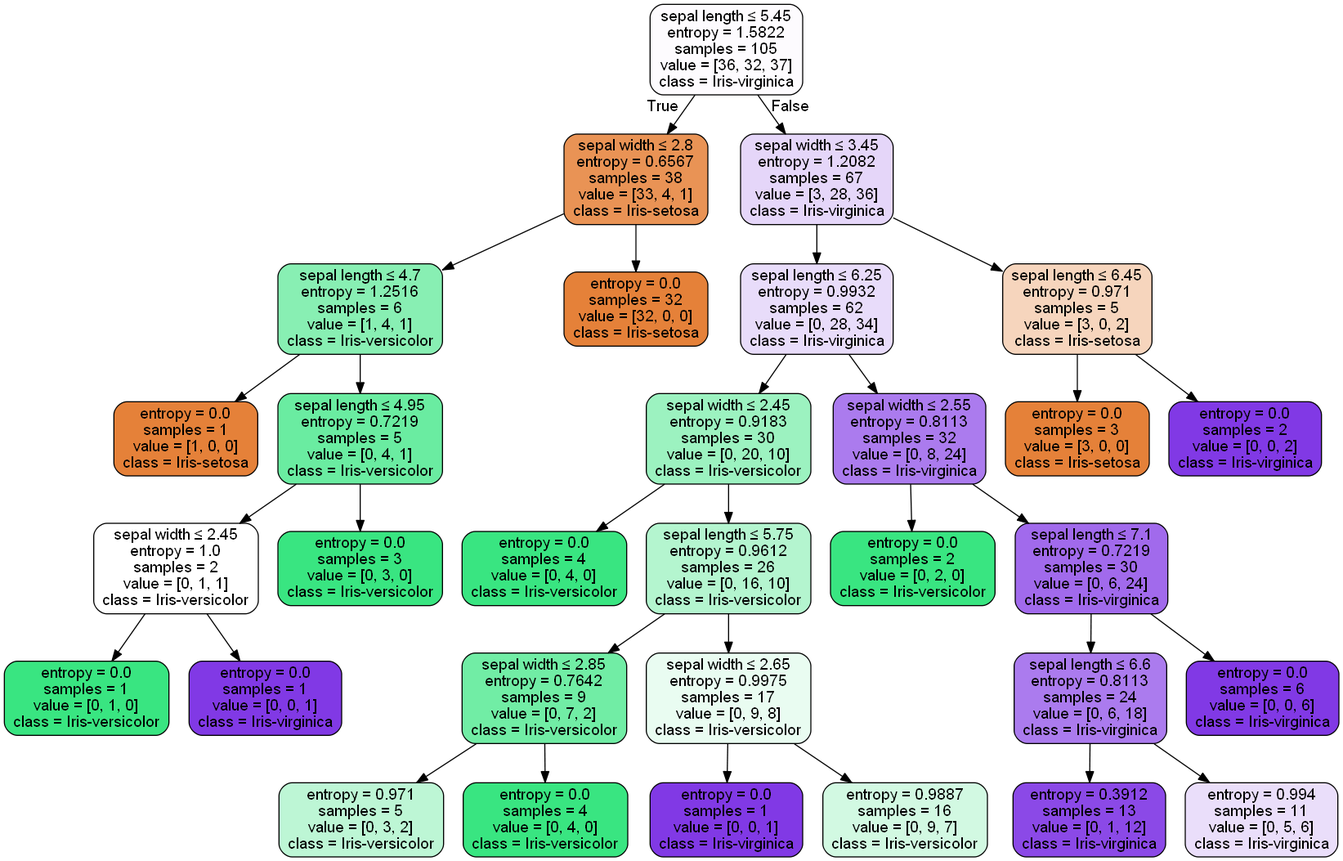
The Graphviz diagram decision_tree/iris.png in rmqc0909/ML-linear_regression, before a commit. Its source is kept beside it as decision_tree/iris.dot. The source it was exported from:
```dot
digraph Tree {
node [shape=box] ;
0 [label="X[0] <= 5.45\nentropy = 1.5822\nsamples = 105\nvalue = [36, 32, 37]"] ;
1 [label="X[1] <= 2.8\nentropy = 0.6567\nsamples = 38\nvalue = [33, 4, 1]"] ;
0 -> 1 [labeldistance=2.5, labelangle=45, headlabel="True"] ;
2 [label="X[0] <= 4.7\nentropy = 1.2516\nsamples = 6\nvalue = [1, 4, 1]"] ;
1 -> 2 ;
3 [label="entropy = 0.0\nsamples = 1\nvalue = [1, 0, 0]"] ;
2 -> 3 ;
4 [label="X[0] <= 4.95\nentropy = 0.7219\nsamples = 5\nvalue = [0, 4, 1]"] ;
2 -> 4 ;
5 [label="X[1] <= 2.45\nentropy = 1.0\nsamples = 2\nvalue = [0, 1, 1]"] ;
4 -> 5 ;
6 [label="entropy = 0.0\nsamples = 1\nvalue = [0, 1, 0]"] ;
5 -> 6 ;
7 [label="entropy = 0.0\nsamples = 1\nvalue = [0, 0, 1]"] ;
5 -> 7 ;
8 [label="entropy = 0.0\nsamples = 3\nvalue = [0, 3, 0]"] ;
4 -> 8 ;
9 [label="entropy = 0.0\nsamples = 32\nvalue = [32, 0, 0]"] ;
1 -> 9 ;
10 [label="X[1] <= 3.45\nentropy = 1.2082\nsamples = 67\nvalue = [3, 28, 36]"] ;
0 -> 10 [labeldistance=2.5, labelangle=-45, headlabel="False"] ;
11 [label="X[0] <= 6.25\nentropy = 0.9932\nsamples = 62\nvalue = [0, 28, 34]"] ;
10 -> 11 ;
12 [label="X[1] <= 2.45\nentropy = 0.9183\nsamples = 30\nvalue = [0, 20, 10]"] ;
11 -> 12 ;
13 [label="entropy = 0.0\nsamples = 4\nvalue = [0, 4, 0]"] ;
12 -> 13 ;
14 [label="X[0] <= 5.75\nentropy = 0.9612\nsamples = 26\nvalue = [0, 16, 10]"] ;
12 -> 14 ;
15 [label="X[1] <= 2.85\nentropy = 0.7642\nsamples = 9\nvalue = [0, 7, 2]"] ;
14 -> 15 ;
16 [label="entropy = 0.971\nsamples = 5\nvalue = [0, 3, 2]"] ;
15 -> 16 ;
17 [label="entropy = 0.0\nsamples = 4\nvalue = [0, 4, 0]"] ;
15 -> 17 ;
18 [label="X[1] <= 2.65\nentropy = 0.9975\nsamples = 17\nvalue = [0, 9, 8]"] ;
14 -> 18 ;
19 [label="entropy = 0.0\nsamples = 1\nvalue = [0, 0, 1]"] ;
18 -> 19 ;
20 [label="entropy = 0.9887\nsamples = 16\nvalue = [0, 9, 7]"] ;
18 -> 20 ;
21 [label="X[1] <= 2.55\nentropy = 0.8113\nsamples = 32\nvalue = [0, 8, 24]"] ;
11 -> 21 ;
22 [label="entropy = 0.0\nsamples = 2\nvalue = [0, 2, 0]"] ;
21 -> 22 ;
23 [label="X[0] <= 7.1\nentropy = 0.7219\nsamples = 30\nvalue = [0, 6, 24]"] ;
21 -> 23 ;
24 [label="X[0] <= 6.6\nentropy = 0.8113\nsamples = 24\nvalue = [0, 6, 18]"] ;
23 -> 24 ;
25 [label="entropy = 0.3912\nsamples = 13\nvalue = [0, 1, 12]"] ;
24 -> 25 ;
26 [label="entropy = 0.994\nsamples = 11\nvalue = [0, 5, 6]"] ;
24 -> 26 ;
27 [label="entropy = 0.0\nsamples = 6\nvalue = [0, 0, 6]"] ;
23 -> 27 ;
28 [label="X[0] <= 6.45\nentropy = 0.971\nsamples = 5\nvalue = [3, 0, 2]"] ;
10 -> 28 ;
29 [label="entropy = 0.0\nsamples = 3\nvalue = [3, 0, 0]"] ;
28 -> 29 ;
30 [label="entropy = 0.0\nsamples = 2\nvalue = [0, 0, 2]"] ;
28 -> 30 ;
}
```
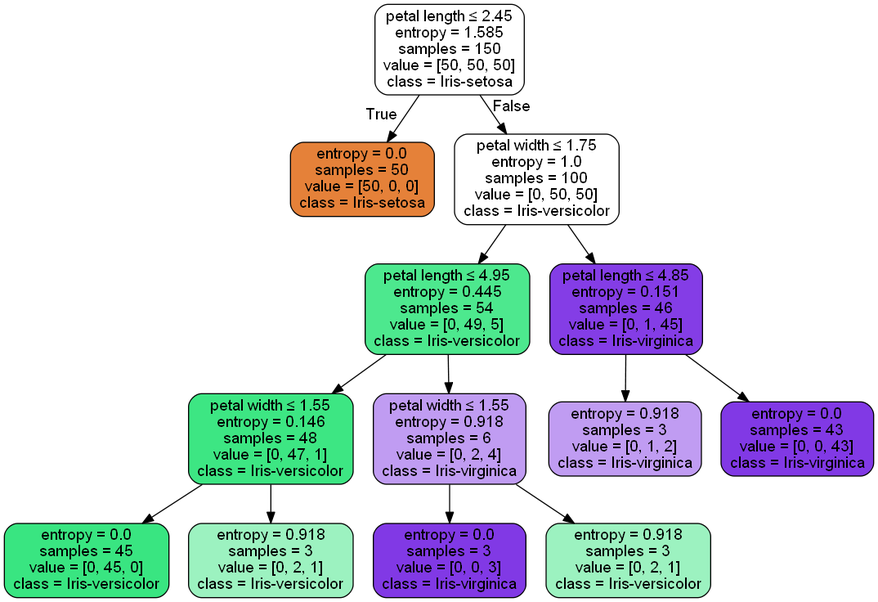
Later version of the same file.

What changed in the source:
```diff
@@ -1,64 +1,72 @@
 digraph Tree {
 node [shape=box] ;
-0 [label="X[0] <= 5.45\nentropy = 1.5822\nsamples = 105\nvalue = [36, 32, 37]"] ;
-1 [label="X[1] <= 2.8\nentropy = 0.6567\nsamples = 38\nvalue = [33, 4, 1]"] ;
+0 [label="X[0] <= 5.55\nentropy = 1.585\nsamples = 150\nvalue = [50, 50, 50]"] ;
+1 [label="X[1] <= 2.8\nentropy = 0.813\nsamples = 59\nvalue = [47, 11, 1]"] ;
 0 -> 1 [labeldistance=2.5, labelangle=45, headlabel="True"] ;
-2 [label="X[0] <= 4.7\nentropy = 1.2516\nsamples = 6\nvalue = [1, 4, 1]"] ;
+2 [label="X[0] <= 4.95\nentropy = 0.817\nsamples = 12\nvalue = [1, 10, 1]"] ;
 1 -> 2 ;
-3 [label="entropy = 0.0\nsamples = 1\nvalue = [1, 0, 0]"] ;
+3 [label="entropy = 1.585\nsamples = 3\nvalue = [1, 1, 1]"] ;
 2 -> 3 ;
-4 [label="X[0] <= 4.95\nentropy = 0.7219\nsamples = 5\nvalue = [0, 4, 1]"] ;
+4 [label="entropy = 0.0\nsamples = 9\nvalue = [0, 9, 0]"] ;
 2 -> 4 ;
-5 [label="X[1] <= 2.45\nentropy = 1.0\nsamples = 2\nvalue = [0, 1, 1]"] ;
-4 -> 5 ;
-6 [label="entropy = 0.0\nsamples = 1\nvalue = [0, 1, 0]"] ;
+5 [label="X[1] <= 3.05\nentropy = 0.149\nsamples = 47\nvalue = [46, 1, 0]"] ;
+1 -> 5 ;
+6 [label="X[0] <= 4.85\nentropy = 0.544\nsamples = 8\nvalue = [7, 1, 0]"] ;
 5 -> 6 ;
-7 [label="entropy = 0.0\nsamples = 1\nvalue = [0, 0, 1]"] ;
-5 -> 7 ;
-8 [label="entropy = 0.0\nsamples = 3\nvalue = [0, 3, 0]"] ;
-4 -> 8 ;
-9 [label="entropy = 0.0\nsamples = 32\nvalue = [32, 0, 0]"] ;
-1 -> 9 ;
-10 [label="X[1] <= 3.45\nentropy = 1.2082\nsamples = 67\nvalue = [3, 28, 36]"] ;
+7 [label="entropy = 0.0\nsamples = 5\nvalue = [5, 0, 0]"] ;
+6 -> 7 ;
+8 [label="entropy = 0.918\nsamples = 3\nvalue = [2, 1, 0]"] ;
+6 -> 8 ;
+9 [label="entropy = 0.0\nsamples = 39\nvalue = [39, 0, 0]"] ;
+5 -> 9 ;
+10 [label="X[1] <= 3.7\nentropy = 1.167\nsamples = 91\nvalue = [3, 39, 49]"] ;
 0 -> 10 [labeldistance=2.5, labelangle=-45, headlabel="False"] ;
-11 [label="X[0] <= 6.25\nentropy = 0.9932\nsamples = 62\nvalue = [0, 28, 34]"] ;
+11 [label="X[0] <= 6.25\nentropy = 0.994\nsamples = 86\nvalue = [0, 39, 47]"] ;
 10 -> 11 ;
-12 [label="X[1] <= 2.45\nentropy = 0.9183\nsamples = 30\nvalue = [0, 20, 10]"] ;
+12 [label="X[0] <= 5.75\nentropy = 0.909\nsamples = 37\nvalue = [0, 25, 12]"] ;
 11 -> 12 ;
-13 [label="entropy = 0.0\nsamples = 4\nvalue = [0, 4, 0]"] ;
+13 [label="X[1] <= 2.85\nentropy = 0.65\nsamples = 12\nvalue = [0, 10, 2]"] ;
 12 -> 13 ;
-14 [label="X[0] <= 5.75\nentropy = 0.9612\nsamples = 26\nvalue = [0, 16, 10]"] ;
-12 -> 14 ;
-15 [label="X[1] <= 2.85\nentropy = 0.7642\nsamples = 9\nvalue = [0, 7, 2]"] ;
+14 [label="X[0] <= 5.65\nentropy = 0.863\nsamples = 7\nvalue = [0, 5, 2]"] ;
+13 -> 14 ;
+15 [label="entropy = 0.918\nsamples = 3\nvalue = [0, 2, 1]"] ;
 14 -> 15 ;
-16 [label="entropy = 0.971\nsamples = 5\nvalue = [0, 3, 2]"] ;
-15 -> 16 ;
-17 [label="entropy = 0.0\nsamples = 4\nvalue = [0, 4, 0]"] ;
-15 -> 17 ;
-18 [label="X[1] <= 2.65\nentropy = 0.9975\nsamples = 17\nvalue = [0, 9, 8]"] ;
-14 -> 18 ;
-19 [label="entropy = 0.0\nsamples = 1\nvalue = [0, 0, 1]"] ;
+16 [label="entropy = 0.811\nsamples = 4\nvalue = [0, 3, 1]"] ;
+14 -> 16 ;
+17 [label="entropy = 0.0\nsamples = 5\nvalue = [0, 5, 0]"] ;
+13 -> 17 ;
+18 [label="X[1] <= 2.95\nentropy = 0.971\nsamples = 25\nvalue = [0, 15, 10]"] ;
+12 -> 18 ;
+19 [label="X[1] <= 2.85\nentropy = 0.937\nsamples = 17\nvalue = [0, 11, 6]"] ;
 18 -> 19 ;
-20 [label="entropy = 0.9887\nsamples = 16\nvalue = [0, 9, 7]"] ;
-18 -> 20 ;
-21 [label="X[1] <= 2.55\nentropy = 0.8113\nsamples = 32\nvalue = [0, 8, 24]"] ;
-11 -> 21 ;
-22 [label="entropy = 0.0\nsamples = 2\nvalue = [0, 2, 0]"] ;
-21 -> 22 ;
-23 [label="X[0] <= 7.1\nentropy = 0.7219\nsamples = 30\nvalue = [0, 6, 24]"] ;
-21 -> 23 ;
-24 [label="X[0] <= 6.6\nentropy = 0.8113\nsamples = 24\nvalue = [0, 6, 18]"] ;
-23 -> 24 ;
-25 [label="entropy = 0.3912\nsamples = 13\nvalue = [0, 1, 12]"] ;
-24 -> 25 ;
-26 [label="entropy = 0.994\nsamples = 11\nvalue = [0, 5, 6]"] ;
-24 -> 26 ;
-27 [label="entropy = 0.0\nsamples = 6\nvalue = [0, 0, 6]"] ;
-23 -> 27 ;
-28 [label="X[0] <= 6.45\nentropy = 0.971\nsamples = 5\nvalue = [3, 0, 2]"] ;
-10 -> 28 ;
-29 [label="entropy = 0.0\nsamples = 3\nvalue = [3, 0, 0]"] ;
-28 -> 29 ;
-30 [label="entropy = 0.0\nsamples = 2\nvalue = [0, 0, 2]"] ;
-28 -> 30 ;
+20 [label="entropy = 0.985\nsamples = 14\nvalue = [0, 8, 6]"] ;
+19 -> 20 ;
+21 [label="entropy = 0.0\nsamples = 3\nvalue = [0, 3, 0]"] ;
+19 -> 21 ;
+22 [label="X[1] <= 3.1\nentropy = 1.0\nsamples = 8\nvalue = [0, 4, 4]"] ;
+18 -> 22 ;
+23 [label="entropy = 0.971\nsamples = 5\nvalue = [0, 2, 3]"] ;
+22 -> 23 ;
+24 [label="entropy = 0.918\nsamples = 3\nvalue = [0, 2, 1]"] ;
+22 -> 24 ;
+25 [label="X[0] <= 7.05\nentropy = 0.863\nsamples = 49\nvalue = [0, 14, 35]"] ;
+11 -> 25 ;
+26 [label="X[0] <= 6.55\nentropy = 0.942\nsamples = 39\nvalue = [0, 14, 25]"] ;
+25 -> 26 ;
+27 [label="X[1] <= 2.6\nentropy = 0.863\nsamples = 21\nvalue = [0, 6, 15]"] ;
+26 -> 27 ;
+28 [label="entropy = 0.918\nsamples = 3\nvalue = [0, 2, 1]"] ;
+27 -> 28 ;
+29 [label="entropy = 0.764\nsamples = 18\nvalue = [0, 4, 14]"] ;
+27 -> 29 ;
+30 [label="X[1] <= 3.15\nentropy = 0.991\nsamples = 18\nvalue = [0, 8, 10]"] ;
+26 -> 30 ;
+31 [label="entropy = 0.996\nsamples = 13\nvalue = [0, 7, 6]"] ;
+30 -> 31 ;
+32 [label="entropy = 0.722\nsamples = 5\nvalue = [0, 1, 4]"] ;
+30 -> 32 ;
+33 [label="entropy = 0.0\nsamples = 10\nvalue = [0, 0, 10]"] ;
+25 -> 33 ;
+34 [label="entropy = 0.971\nsamples = 5\nvalue = [3, 0, 2]"] ;
+10 -> 34 ;
 }
```
